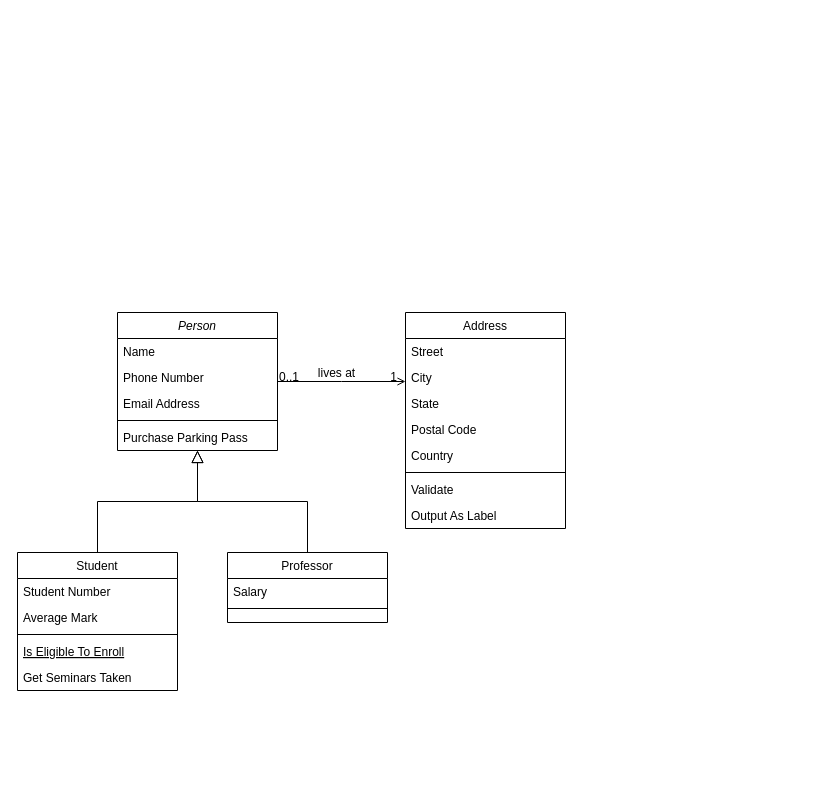
The draw.io diagram Untitled Diagram.drawio in as-arthur/Diagram, before the edit. Source tidied: cells renumbered, new cells numbered last; positions are measured from the earlier drawing's top-left corner, leaving out a move shared by most shapes. Both pictures are drawn from the tidied source at 100%, with x=0, y=0 at pixel (17, 312).
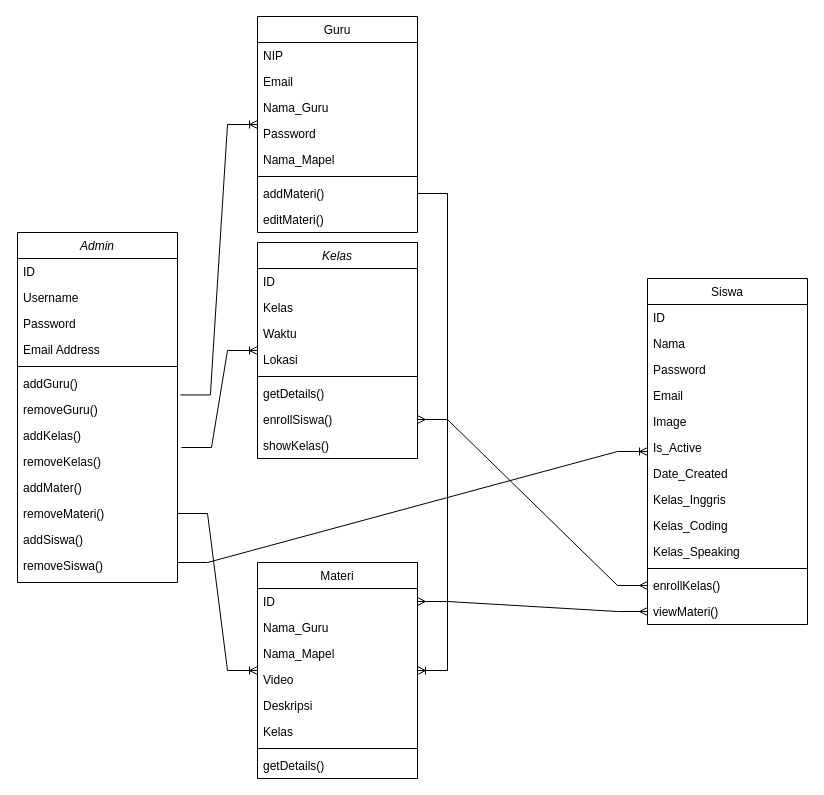
The same page after the edit.

Commit message:
Class_Diagram_RPL

The edit, as a diff of the source:
```diff
@@
-    <mxCell id="2" value="Person" style="swimlane;fontStyle=2;align=center;verticalAlign=top;horizontal=1;startSize=26;rounded=0;shadow=0;strokeWidth=1;" parent="1" vertex="1">
-      <mxGeometry x="100" width="160" height="138" as="geometry" />
+    <mxCell id="2" value="Admin" style="swimlane;fontStyle=2;align=center;verticalAlign=top;horizontal=1;startSize=26;rounded=0;shadow=0;strokeWidth=1;" parent="1" vertex="1">
+      <mxGeometry y="-80" width="160" height="350" as="geometry" />
     </mxCell>
-    <mxCell id="3" value="Name" style="text;align=left;verticalAlign=top;spacingLeft=4;spacingRight=4;overflow=hidden;" parent="2" vertex="1">
+    <mxCell id="3" value="ID " style="text;align=left;verticalAlign=top;spacingLeft=4;spacingRight=4;overflow=hidden;" parent="2" vertex="1">
       <mxGeometry y="26" width="160" height="26" as="geometry" />
     </mxCell>
-    <mxCell id="4" value="Phone Number" style="text;align=left;verticalAlign=top;spacingLeft=4;spacingRight=4;overflow=hidden;rounded=0;shadow=0;html=0;" parent="2" vertex="1">
+    <mxCell id="4" value="Username" style="text;align=left;verticalAlign=top;spacingLeft=4;spacingRight=4;overflow=hidden;rounded=0;shadow=0;html=0;" parent="2" vertex="1">
       <mxGeometry y="52" width="160" height="26" as="geometry" />
     </mxCell>
+    <mxCell id="32" value="Password" style="text;align=left;verticalAlign=top;spacingLeft=4;spacingRight=4;overflow=hidden;rounded=0;shadow=0;html=0;" parent="2" vertex="1">
+      <mxGeometry y="78" width="160" height="26" as="geometry" />
+    </mxCell>
     <mxCell id="5" value="Email Address" style="text;align=left;verticalAlign=top;spacingLeft=4;spacingRight=4;overflow=hidden;rounded=0;shadow=0;html=0;" parent="2" vertex="1">
-      <mxGeometry y="78" width="160" height="26" as="geometry" />
+      <mxGeometry y="104" width="160" height="26" as="geometry" />
     </mxCell>
-    <mxCell id="6" style="line;html=1;strokeWidth=1;align=left;verticalAlign=middle;spacingTop=-1;spacingLeft=3;spacingRight=3;labelPosition=right;" parent="2" vertex="1">
-      <mxGeometry y="104" width="160" height="8" as="geometry" />
-    </mxCell>
-    <mxCell id="7" value="Purchase Parking Pass" style="text;align=left;verticalAlign=top;spacingLeft=4;spacingRight=4;overflow=hidden;" parent="2" vertex="1">
-      <mxGeometry y="112" width="160" height="26" as="geometry" />
-    </mxCell>
-    <mxCell id="8" value="Student" style="swimlane;fontStyle=0;align=center;verticalAlign=top;horizontal=1;startSize=26;rounded=0;shadow=0;strokeWidth=1;" parent="1" vertex="1">
-      <mxGeometry y="240" width="160" height="138" as="geometry" />
-    </mxCell>
-    <mxCell id="9" value="Student Number" style="text;align=left;verticalAlign=top;spacingLeft=4;spacingRight=4;overflow=hidden;" parent="8" vertex="1">
-      <mxGeometry y="26" width="160" height="26" as="geometry" />
-    </mxCell>
-    <mxCell id="10" value="Average Mark" style="text;align=left;verticalAlign=top;spacingLeft=4;spacingRight=4;overflow=hidden;rounded=0;shadow=0;html=0;" parent="8" vertex="1">
-      <mxGeometry y="52" width="160" height="26" as="geometry" />
-    </mxCell>
-    <mxCell id="11" style="line;html=1;strokeWidth=1;align=left;verticalAlign=middle;spacingTop=-1;spacingLeft=3;spacingRight=3;labelPosition=right;" parent="8" vertex="1">
-      <mxGeometry y="78" width="160" height="8" as="geometry" />
-    </mxCell>
-    <mxCell id="12" value="Is Eligible To Enroll" style="text;align=left;verticalAlign=top;spacingLeft=4;spacingRight=4;overflow=hidden;fontStyle=4;" parent="8" vertex="1">
-      <mxGeometry y="86" width="160" height="26" as="geometry" />
-    </mxCell>
-    <mxCell id="13" value="Get Seminars Taken" style="text;align=left;verticalAlign=top;spacingLeft=4;spacingRight=4;overflow=hidden;" parent="8" vertex="1">
-      <mxGeometry y="112" width="160" height="26" as="geometry" />
-    </mxCell>
-    <mxCell id="14" style="endArrow=block;endSize=10;endFill=0;shadow=0;strokeWidth=1;rounded=0;curved=0;edgeStyle=elbowEdgeStyle;elbow=vertical;" parent="1" edge="1" source="8" target="2">
-      <mxGeometry relative="1" as="geometry" />
-    </mxCell>
-    <mxCell id="15" value="Professor" style="swimlane;fontStyle=0;align=center;verticalAlign=top;horizontal=1;startSize=26;rounded=0;shadow=0;strokeWidth=1;" parent="1" vertex="1">
-      <mxGeometry x="210" y="240" width="160" height="70" as="geometry" />
-    </mxCell>
-    <mxCell id="16" value="Salary" style="text;align=left;verticalAlign=top;spacingLeft=4;spacingRight=4;overflow=hidden;" parent="15" vertex="1">
-      <mxGeometry y="26" width="160" height="26" as="geometry" />
-    </mxCell>
-    <mxCell id="17" style="line;html=1;strokeWidth=1;align=left;verticalAlign=middle;spacingTop=-1;spacingLeft=3;spacingRight=3;labelPosition=right;" parent="15" vertex="1">
-      <mxGeometry y="52" width="160" height="8" as="geometry" />
-    </mxCell>
-    <mxCell id="18" style="endArrow=block;endSize=10;endFill=0;shadow=0;strokeWidth=1;rounded=0;curved=0;edgeStyle=elbowEdgeStyle;elbow=vertical;" parent="1" edge="1" source="15" target="2">
-      <mxGeometry relative="1" as="geometry" />
-    </mxCell>
+    <mxCell id="33" style="line;html=1;strokeWidth=1;align=left;verticalAlign=middle;spacingTop=-1;spacingLeft=3;spacingRight=3;labelPosition=right;" parent="2" vertex="1">
+      <mxGeometry y="130" width="160" height="8" as="geometry" />
+    </mxCell>
+    <mxCell id="34" value="addGuru()" style="text;align=left;verticalAlign=top;spacingLeft=4;spacingRight=4;overflow=hidden;points=[[0,0.5],[1,0.5]];portConstraint=eastwest;" parent="2" vertex="1">
+      <mxGeometry y="138" width="160" height="26" as="geometry" />
+    </mxCell>
+    <mxCell id="35" value="removeGuru()" style="text;align=left;verticalAlign=top;spacingLeft=4;spacingRight=4;overflow=hidden;" parent="2" vertex="1">
+      <mxGeometry y="164" width="160" height="26" as="geometry" />
+    </mxCell>
+    <mxCell id="36" value="addKelas()" style="text;align=left;verticalAlign=top;spacingLeft=4;spacingRight=4;overflow=hidden;points=[[0,0.5],[1,0.5]];portConstraint=eastwest;" parent="2" vertex="1">
+      <mxGeometry y="190" width="160" height="26" as="geometry" />
+    </mxCell>
+    <mxCell id="37" value="removeKelas()" style="text;align=left;verticalAlign=top;spacingLeft=4;spacingRight=4;overflow=hidden;" parent="2" vertex="1">
+      <mxGeometry y="216" width="160" height="26" as="geometry" />
+    </mxCell>
+    <mxCell id="38" value="addMater()" style="text;align=left;verticalAlign=top;spacingLeft=4;spacingRight=4;overflow=hidden;" parent="2" vertex="1">
+      <mxGeometry y="242" width="160" height="26" as="geometry" />
+    </mxCell>
+    <mxCell id="39" value="removeMateri()" style="text;align=left;verticalAlign=top;spacingLeft=4;spacingRight=4;overflow=hidden;points=[[0,0.5],[1,0.5]];portConstraint=eastwest;" parent="2" vertex="1">
+      <mxGeometry y="268" width="160" height="26" as="geometry" />
+    </mxCell>
+    <mxCell id="40" value="addSiswa()" style="text;align=left;verticalAlign=top;spacingLeft=4;spacingRight=4;overflow=hidden;" parent="2" vertex="1">
+      <mxGeometry y="294" width="160" height="26" as="geometry" />
+    </mxCell>
+    <mxCell id="41" value="removeSiswa()" style="text;align=left;verticalAlign=top;spacingLeft=4;spacingRight=4;overflow=hidden;" parent="2" vertex="1">
+      <mxGeometry y="320" width="160" height="26" as="geometry" />
+    </mxCell>
-    <mxCell id="19" value="Address" style="swimlane;fontStyle=0;align=center;verticalAlign=top;horizontal=1;startSize=26;rounded=0;shadow=0;strokeWidth=1;" parent="1" vertex="1">
-      <mxGeometry x="388" width="160" height="216" as="geometry" />
+    <mxCell id="19" value="Guru" style="swimlane;fontStyle=0;align=center;verticalAlign=top;horizontal=1;startSize=26;rounded=0;shadow=0;strokeWidth=1;" parent="1" vertex="1">
+      <mxGeometry x="240" y="-296" width="160" height="216" as="geometry" />
     </mxCell>
-    <mxCell id="20" value="Street" style="text;align=left;verticalAlign=top;spacingLeft=4;spacingRight=4;overflow=hidden;" parent="19" vertex="1">
+    <mxCell id="20" value="NIP" style="text;align=left;verticalAlign=top;spacingLeft=4;spacingRight=4;overflow=hidden;" parent="19" vertex="1">
       <mxGeometry y="26" width="160" height="26" as="geometry" />
     </mxCell>
-    <mxCell id="21" value="City" style="text;align=left;verticalAlign=top;spacingLeft=4;spacingRight=4;overflow=hidden;rounded=0;shadow=0;html=0;" parent="19" vertex="1">
+    <mxCell id="21" value="Email" style="text;align=left;verticalAlign=top;spacingLeft=4;spacingRight=4;overflow=hidden;rounded=0;shadow=0;html=0;" parent="19" vertex="1">
       <mxGeometry y="52" width="160" height="26" as="geometry" />
     </mxCell>
-    <mxCell id="22" value="State" style="text;align=left;verticalAlign=top;spacingLeft=4;spacingRight=4;overflow=hidden;rounded=0;shadow=0;html=0;" parent="19" vertex="1">
+    <mxCell id="22" value="Nama_Guru" style="text;align=left;verticalAlign=top;spacingLeft=4;spacingRight=4;overflow=hidden;rounded=0;shadow=0;html=0;" parent="19" vertex="1">
       <mxGeometry y="78" width="160" height="26" as="geometry" />
     </mxCell>
-    <mxCell id="23" value="Postal Code" style="text;align=left;verticalAlign=top;spacingLeft=4;spacingRight=4;overflow=hidden;rounded=0;shadow=0;html=0;" parent="19" vertex="1">
+    <mxCell id="23" value="Password" style="text;align=left;verticalAlign=top;spacingLeft=4;spacingRight=4;overflow=hidden;rounded=0;shadow=0;html=0;" parent="19" vertex="1">
       <mxGeometry y="104" width="160" height="26" as="geometry" />
     </mxCell>
-    <mxCell id="24" value="Country" style="text;align=left;verticalAlign=top;spacingLeft=4;spacingRight=4;overflow=hidden;rounded=0;shadow=0;html=0;" parent="19" vertex="1">
+    <mxCell id="24" value="Nama_Mapel" style="text;align=left;verticalAlign=top;spacingLeft=4;spacingRight=4;overflow=hidden;rounded=0;shadow=0;html=0;" parent="19" vertex="1">
       <mxGeometry y="130" width="160" height="26" as="geometry" />
     </mxCell>
@@
-    <mxCell id="26" value="Validate" style="text;align=left;verticalAlign=top;spacingLeft=4;spacingRight=4;overflow=hidden;points=[[0,0.5],[1,0.5]];portConstraint=eastwest;" parent="19" vertex="1">
+    <mxCell id="26" value="addMateri()" style="text;align=left;verticalAlign=top;spacingLeft=4;spacingRight=4;overflow=hidden;points=[[0,0.5],[1,0.5]];portConstraint=eastwest;" parent="19" vertex="1">
       <mxGeometry y="164" width="160" height="26" as="geometry" />
     </mxCell>
-    <mxCell id="27" value="Output As Label" style="text;align=left;verticalAlign=top;spacingLeft=4;spacingRight=4;overflow=hidden;" parent="19" vertex="1">
+    <mxCell id="27" value="editMateri()" style="text;align=left;verticalAlign=top;spacingLeft=4;spacingRight=4;overflow=hidden;" parent="19" vertex="1">
       <mxGeometry y="190" width="160" height="26" as="geometry" />
     </mxCell>
-    <mxCell id="28" style="endArrow=open;shadow=0;strokeWidth=1;rounded=0;curved=0;endFill=1;edgeStyle=elbowEdgeStyle;elbow=vertical;" parent="1" edge="1" source="2" target="19">
-      <mxGeometry x="0.5" y="41" relative="1" as="geometry">
-        <mxPoint x="-40" y="32" as="offset" />
-      </mxGeometry>
-    </mxCell>
-    <mxCell id="29" value="0..1" style="align=left;verticalAlign=bottom;labelBackgroundColor=none;fontSize=12;" parent="28" vertex="1">
-      <mxGeometry x="-1" relative="1" as="geometry">
-        <mxPoint y="4" as="offset" />
-      </mxGeometry>
-    </mxCell>
-    <mxCell id="30" value="1" style="align=right;verticalAlign=bottom;labelBackgroundColor=none;fontSize=12;" parent="28" vertex="1">
-      <mxGeometry x="1" relative="1" as="geometry">
-        <mxPoint x="-7" y="4" as="offset" />
-      </mxGeometry>
-    </mxCell>
-    <mxCell id="31" value="lives at" style="text;html=1;align=center;verticalAlign=middle;labelBackgroundColor=none;rounded=0;shadow=0;strokeWidth=1;fontSize=12;" parent="28" vertex="1">
-      <mxGeometry x="0.5" y="49" relative="1" as="geometry">
-        <mxPoint x="-38" y="40" as="offset" />
-      </mxGeometry>
-    </mxCell>
+    <mxCell id="42" value="Kelas" style="swimlane;fontStyle=2;align=center;verticalAlign=top;horizontal=1;startSize=26;rounded=0;shadow=0;strokeWidth=1;" parent="1" vertex="1">
+      <mxGeometry x="240" y="-70" width="160" height="216" as="geometry" />
+    </mxCell>
+    <mxCell id="43" value="ID " style="text;align=left;verticalAlign=top;spacingLeft=4;spacingRight=4;overflow=hidden;" parent="42" vertex="1">
+      <mxGeometry y="26" width="160" height="26" as="geometry" />
+    </mxCell>
+    <mxCell id="44" value="Kelas " style="text;align=left;verticalAlign=top;spacingLeft=4;spacingRight=4;overflow=hidden;rounded=0;shadow=0;html=0;" parent="42" vertex="1">
+      <mxGeometry y="52" width="160" height="26" as="geometry" />
+    </mxCell>
+    <mxCell id="45" value="Waktu" style="text;align=left;verticalAlign=top;spacingLeft=4;spacingRight=4;overflow=hidden;rounded=0;shadow=0;html=0;" parent="42" vertex="1">
+      <mxGeometry y="78" width="160" height="26" as="geometry" />
+    </mxCell>
+    <mxCell id="46" value="Lokasi" style="text;align=left;verticalAlign=top;spacingLeft=4;spacingRight=4;overflow=hidden;rounded=0;shadow=0;html=0;" parent="42" vertex="1">
+      <mxGeometry y="104" width="160" height="26" as="geometry" />
+    </mxCell>
+    <mxCell id="47" style="line;html=1;strokeWidth=1;align=left;verticalAlign=middle;spacingTop=-1;spacingLeft=3;spacingRight=3;labelPosition=right;" parent="42" vertex="1">
+      <mxGeometry y="130" width="160" height="8" as="geometry" />
+    </mxCell>
+    <mxCell id="48" value="getDetails()" style="text;align=left;verticalAlign=top;spacingLeft=4;spacingRight=4;overflow=hidden;" parent="42" vertex="1">
+      <mxGeometry y="138" width="160" height="26" as="geometry" />
+    </mxCell>
+    <mxCell id="49" value="enrollSiswa()" style="text;align=left;verticalAlign=top;spacingLeft=4;spacingRight=4;overflow=hidden;points=[[0,0.5],[1,0.5]];portConstraint=eastwest;" parent="42" vertex="1">
+      <mxGeometry y="164" width="160" height="26" as="geometry" />
+    </mxCell>
+    <mxCell id="50" value="showKelas()" style="text;align=left;verticalAlign=top;spacingLeft=4;spacingRight=4;overflow=hidden;" parent="42" vertex="1">
+      <mxGeometry y="190" width="160" height="26" as="geometry" />
+    </mxCell>
+    <mxCell id="51" value="Materi" style="swimlane;fontStyle=0;align=center;verticalAlign=top;horizontal=1;startSize=26;rounded=0;shadow=0;strokeWidth=1;" parent="1" vertex="1">
+      <mxGeometry x="240" y="250" width="160" height="216" as="geometry" />
+    </mxCell>
+    <mxCell id="52" value="ID" style="text;align=left;verticalAlign=top;spacingLeft=4;spacingRight=4;overflow=hidden;points=[[0,0.5],[1,0.5]];portConstraint=eastwest;" parent="51" vertex="1">
+      <mxGeometry y="26" width="160" height="26" as="geometry" />
+    </mxCell>
+    <mxCell id="53" value="Nama_Guru" style="text;align=left;verticalAlign=top;spacingLeft=4;spacingRight=4;overflow=hidden;rounded=0;shadow=0;html=0;" parent="51" vertex="1">
+      <mxGeometry y="52" width="160" height="26" as="geometry" />
+    </mxCell>
+    <mxCell id="54" value="Nama_Mapel" style="text;align=left;verticalAlign=top;spacingLeft=4;spacingRight=4;overflow=hidden;rounded=0;shadow=0;html=0;" parent="51" vertex="1">
+      <mxGeometry y="78" width="160" height="26" as="geometry" />
+    </mxCell>
+    <mxCell id="55" value="Video" style="text;align=left;verticalAlign=top;spacingLeft=4;spacingRight=4;overflow=hidden;rounded=0;shadow=0;html=0;" parent="51" vertex="1">
+      <mxGeometry y="104" width="160" height="26" as="geometry" />
+    </mxCell>
+    <mxCell id="56" value="Deskripsi" style="text;align=left;verticalAlign=top;spacingLeft=4;spacingRight=4;overflow=hidden;rounded=0;shadow=0;html=0;" parent="51" vertex="1">
+      <mxGeometry y="130" width="160" height="26" as="geometry" />
+    </mxCell>
+    <mxCell id="57" value="Kelas" style="text;align=left;verticalAlign=top;spacingLeft=4;spacingRight=4;overflow=hidden;rounded=0;shadow=0;html=0;" parent="51" vertex="1">
+      <mxGeometry y="156" width="160" height="26" as="geometry" />
+    </mxCell>
+    <mxCell id="58" style="line;html=1;strokeWidth=1;align=left;verticalAlign=middle;spacingTop=-1;spacingLeft=3;spacingRight=3;labelPosition=right;" parent="51" vertex="1">
+      <mxGeometry y="182" width="160" height="8" as="geometry" />
+    </mxCell>
+    <mxCell id="59" value="getDetails()" style="text;align=left;verticalAlign=top;spacingLeft=4;spacingRight=4;overflow=hidden;" parent="51" vertex="1">
+      <mxGeometry y="190" width="160" height="26" as="geometry" />
+    </mxCell>
+    <mxCell id="60" value="Siswa" style="swimlane;fontStyle=0;align=center;verticalAlign=top;horizontal=1;startSize=26;rounded=0;shadow=0;strokeWidth=1;" parent="1" vertex="1">
+      <mxGeometry x="630" y="-34" width="160" height="346" as="geometry" />
+    </mxCell>
+    <mxCell id="61" value="ID" style="text;align=left;verticalAlign=top;spacingLeft=4;spacingRight=4;overflow=hidden;" parent="60" vertex="1">
+      <mxGeometry y="26" width="160" height="26" as="geometry" />
+    </mxCell>
+    <mxCell id="62" value="Nama" style="text;align=left;verticalAlign=top;spacingLeft=4;spacingRight=4;overflow=hidden;rounded=0;shadow=0;html=0;" parent="60" vertex="1">
+      <mxGeometry y="52" width="160" height="26" as="geometry" />
+    </mxCell>
+    <mxCell id="63" value="Password" style="text;align=left;verticalAlign=top;spacingLeft=4;spacingRight=4;overflow=hidden;rounded=0;shadow=0;html=0;" parent="60" vertex="1">
+      <mxGeometry y="78" width="160" height="26" as="geometry" />
+    </mxCell>
+    <mxCell id="64" value="Email" style="text;align=left;verticalAlign=top;spacingLeft=4;spacingRight=4;overflow=hidden;rounded=0;shadow=0;html=0;" parent="60" vertex="1">
+      <mxGeometry y="104" width="160" height="26" as="geometry" />
+    </mxCell>
+    <mxCell id="65" value="Image" style="text;align=left;verticalAlign=top;spacingLeft=4;spacingRight=4;overflow=hidden;rounded=0;shadow=0;html=0;" parent="60" vertex="1">
+      <mxGeometry y="130" width="160" height="26" as="geometry" />
+    </mxCell>
+    <mxCell id="66" value="Is_Active" style="text;align=left;verticalAlign=top;spacingLeft=4;spacingRight=4;overflow=hidden;rounded=0;shadow=0;html=0;" parent="60" vertex="1">
+      <mxGeometry y="156" width="160" height="26" as="geometry" />
+    </mxCell>
+    <mxCell id="67" value="Date_Created" style="text;align=left;verticalAlign=top;spacingLeft=4;spacingRight=4;overflow=hidden;rounded=0;shadow=0;html=0;" parent="60" vertex="1">
+      <mxGeometry y="182" width="160" height="26" as="geometry" />
+    </mxCell>
+    <mxCell id="68" value="Kelas_Inggris" style="text;align=left;verticalAlign=top;spacingLeft=4;spacingRight=4;overflow=hidden;rounded=0;shadow=0;html=0;" parent="60" vertex="1">
+      <mxGeometry y="208" width="160" height="26" as="geometry" />
+    </mxCell>
+    <mxCell id="69" value="Kelas_Coding" style="text;align=left;verticalAlign=top;spacingLeft=4;spacingRight=4;overflow=hidden;rounded=0;shadow=0;html=0;" parent="60" vertex="1">
+      <mxGeometry y="234" width="160" height="26" as="geometry" />
+    </mxCell>
+    <mxCell id="70" value="Kelas_Speaking" style="text;align=left;verticalAlign=top;spacingLeft=4;spacingRight=4;overflow=hidden;rounded=0;shadow=0;html=0;" parent="60" vertex="1">
+      <mxGeometry y="260" width="160" height="26" as="geometry" />
+    </mxCell>
+    <mxCell id="71" style="line;html=1;strokeWidth=1;align=left;verticalAlign=middle;spacingTop=-1;spacingLeft=3;spacingRight=3;labelPosition=right;" parent="60" vertex="1">
+      <mxGeometry y="286" width="160" height="8" as="geometry" />
+    </mxCell>
+    <mxCell id="72" value="enrollKelas()" style="text;align=left;verticalAlign=top;spacingLeft=4;spacingRight=4;overflow=hidden;points=[[0,0.5],[1,0.5]];portConstraint=eastwest;" parent="60" vertex="1">
+      <mxGeometry y="294" width="160" height="26" as="geometry" />
+    </mxCell>
+    <mxCell id="73" value="viewMateri()" style="text;align=left;verticalAlign=top;spacingLeft=4;spacingRight=4;overflow=hidden;points=[[0,0.5],[1,0.5]];portConstraint=eastwest;" parent="60" vertex="1">
+      <mxGeometry y="320" width="160" height="26" as="geometry" />
+    </mxCell>
+    <mxCell id="74" style="edgeStyle=entityRelationEdgeStyle;fontSize=12;html=1;endArrow=ERoneToMany;rounded=0;exitX=1.018;exitY=0.94;exitDx=0;exitDy=0;exitPerimeter=0;" parent="1" edge="1" source="34" target="19">
+      <mxGeometry relative="1" as="geometry">
+        <Array as="points">
+          <mxPoint x="236" y="-140" />
+        </Array>
+      </mxGeometry>
+    </mxCell>
+    <mxCell id="75" style="edgeStyle=entityRelationEdgeStyle;fontSize=12;html=1;endArrow=ERmany;startArrow=ERmany;rounded=0;entryX=0;entryY=0.5;entryDx=0;entryDy=0;exitX=1;exitY=0.5;exitDx=0;exitDy=0;" parent="1" edge="1" source="49" target="72">
+      <mxGeometry relative="1" as="geometry" />
+    </mxCell>
+    <mxCell id="76" style="edgeStyle=entityRelationEdgeStyle;fontSize=12;html=1;endArrow=ERmany;startArrow=ERmany;rounded=0;exitX=1;exitY=0.5;exitDx=0;exitDy=0;" parent="1" edge="1" source="52" target="73">
+      <mxGeometry relative="1" as="geometry">
+        <Array as="points">
+          <mxPoint x="460" y="223" />
+        </Array>
+      </mxGeometry>
+    </mxCell>
+    <mxCell id="77" style="edgeStyle=entityRelationEdgeStyle;fontSize=12;html=1;endArrow=ERoneToMany;rounded=0;exitX=1.025;exitY=0.962;exitDx=0;exitDy=0;exitPerimeter=0;" parent="1" edge="1" source="36" target="42">
+      <mxGeometry relative="1" as="geometry" />
+    </mxCell>
+    <mxCell id="78" style="edgeStyle=entityRelationEdgeStyle;fontSize=12;html=1;endArrow=ERoneToMany;rounded=0;exitX=1;exitY=0.5;exitDx=0;exitDy=0;" parent="1" edge="1" source="39" target="51">
+      <mxGeometry relative="1" as="geometry" />
+    </mxCell>
+    <mxCell id="79" style="edgeStyle=entityRelationEdgeStyle;fontSize=12;html=1;endArrow=ERoneToMany;rounded=0;" parent="1" edge="1" target="60">
+      <mxGeometry relative="1" as="geometry">
+        <mxPoint x="160" y="250" as="sourcePoint" />
+        <Array as="points">
+          <mxPoint x="330" />
+          <mxPoint x="400" y="230" />
+          <mxPoint x="590" y="190" />
+          <mxPoint x="440" y="220" />
+          <mxPoint x="250" y="50" />
+        </Array>
+      </mxGeometry>
+    </mxCell>
+    <mxCell id="80" style="edgeStyle=entityRelationEdgeStyle;fontSize=12;html=1;endArrow=ERoneToMany;rounded=0;exitX=1;exitY=0.5;exitDx=0;exitDy=0;" parent="1" edge="1" source="26" target="51">
+      <mxGeometry relative="1" as="geometry">
+        <Array as="points">
+          <mxPoint x="440" y="120" />
+          <mxPoint x="450" />
+        </Array>
+      </mxGeometry>
+    </mxCell>
```
